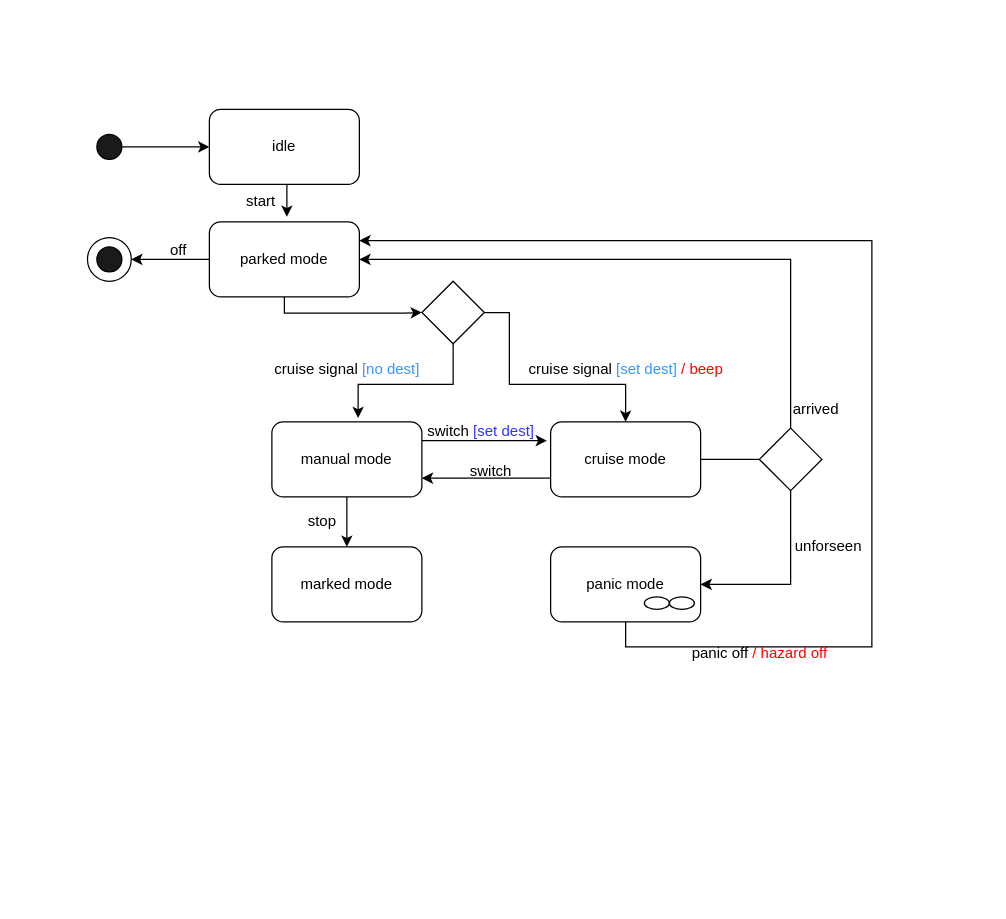
Earlier version of the draw.io diagram A2_SOEN331.drawio (SamanthaGuillemette/SOEN331_A2). Source tidied: cells renumbered, new cells numbered last; positions are measured from the earlier drawing's top-left corner, leaving out a move shared by most shapes. Both pictures are drawn from the tidied source at 125%, with x=0, y=0 at pixel (86, 109).
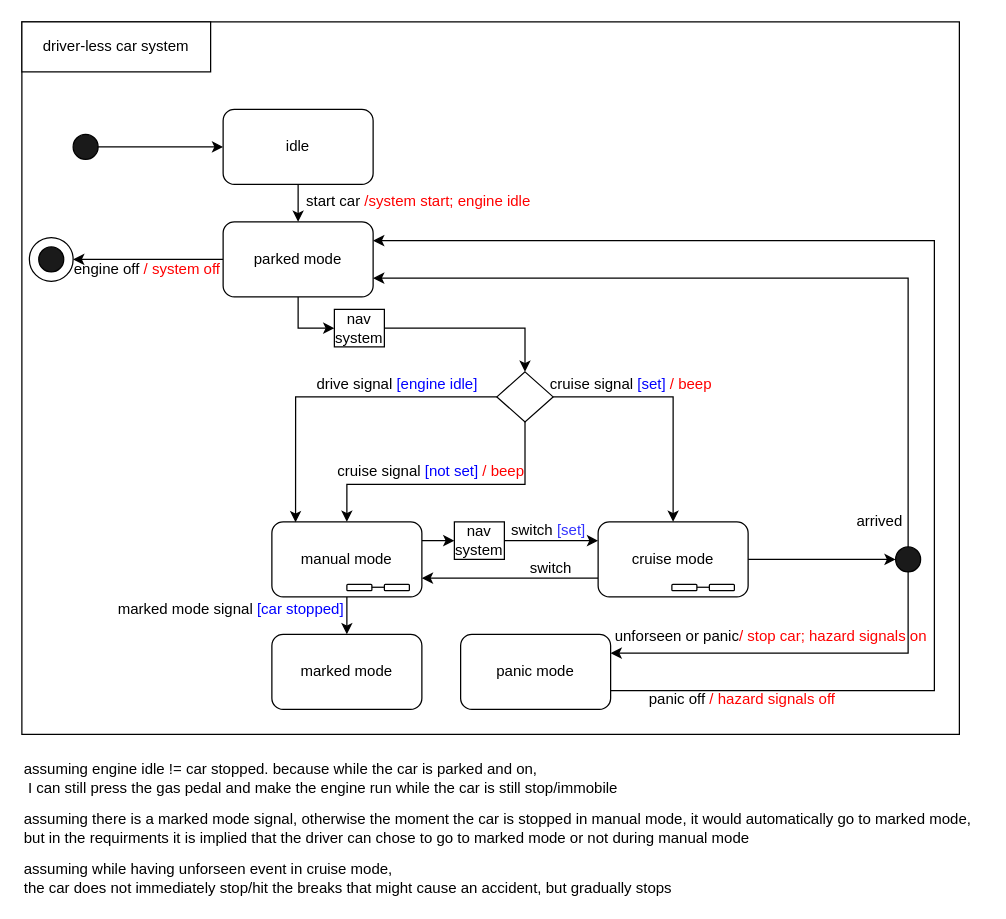
The same diagram, later.

Commit message (it also covers changes not shown here):
4.1-Description-of-the-system: implemented changes to the uml in A2_SOEN331.drawio and A2_SOEN331.tex

Change to the diagram source:
```diff
@@
-    <mxCell id="2" style="edgeStyle=orthogonalEdgeStyle;rounded=0;jettySize=auto;html=1;exitX=1;exitY=0.5;exitDx=0;exitDy=0;entryX=0;entryY=0.5;entryDx=0;entryDy=0;" parent="1" edge="1" source="3" target="5">
-      <mxGeometry relative="1" as="geometry" />
-    </mxCell>
-    <mxCell id="3" style="ellipse;whiteSpace=wrap;html=1;fillColor=#1A1A1A;" parent="1" vertex="1">
-      <mxGeometry x="8" y="20" width="20" height="20" as="geometry" />
-    </mxCell>
-    <mxCell id="4" style="edgeStyle=orthogonalEdgeStyle;rounded=0;jettySize=auto;html=1;exitX=0.5;exitY=1;exitDx=0;exitDy=0;entryX=1.025;entryY=1.1;entryDx=0;entryDy=0;entryPerimeter=0;" parent="1" edge="1" source="5" target="27">
-      <mxGeometry relative="1" as="geometry" />
-    </mxCell>
+    <mxCell id="38" style="rounded=0;whiteSpace=wrap;html=1;" parent="1" vertex="1">
+      <mxGeometry x="-52" y="-70" width="750" height="570" as="geometry" />
+    </mxCell>
+    <mxCell id="39" style="edgeStyle=orthogonalEdgeStyle;rounded=0;jettySize=auto;html=1;exitX=1;exitY=0.5;exitDx=0;exitDy=0;entryX=0;entryY=0.5;entryDx=0;entryDy=0;" parent="1" edge="1" source="40" target="5">
+      <mxGeometry relative="1" as="geometry" />
+    </mxCell>
+    <mxCell id="40" style="ellipse;whiteSpace=wrap;html=1;fillColor=#1A1A1A;" parent="1" vertex="1">
+      <mxGeometry x="-11" y="20" width="20" height="20" as="geometry" />
+    </mxCell>
+    <mxCell id="41" style="edgeStyle=orthogonalEdgeStyle;rounded=0;jettySize=auto;html=1;exitX=0.5;exitY=1;exitDx=0;exitDy=0;endArrow=classic;endFill=1;" parent="1" edge="1" source="5" target="8">
+      <mxGeometry relative="1" as="geometry" />
+    </mxCell>
     <mxCell id="5" value="idle" style="rounded=1;whiteSpace=wrap;html=1;" parent="1" vertex="1">
-      <mxGeometry x="98" width="120" height="60" as="geometry" />
+      <mxGeometry x="109" width="120" height="60" as="geometry" />
     </mxCell>
-    <mxCell id="6" style="edgeStyle=orthogonalEdgeStyle;rounded=0;jettySize=auto;html=1;exitX=0;exitY=0.5;exitDx=0;exitDy=0;" parent="1" edge="1" source="8" target="24">
-      <mxGeometry relative="1" as="geometry" />
-    </mxCell>
-    <mxCell id="7" style="edgeStyle=orthogonalEdgeStyle;rounded=0;jettySize=auto;html=1;exitX=0.5;exitY=1;exitDx=0;exitDy=0;entryX=0;entryY=0.5;entryDx=0;entryDy=0;endArrow=classic;endFill=1;strokeColor=#000000;" parent="1" edge="1" source="8" target="20">
-      <mxGeometry relative="1" as="geometry">
-        <Array as="points">
-          <mxPoint x="158" y="163" />
-          <mxPoint x="253" y="163" />
-        </Array>
-      </mxGeometry>
-    </mxCell>
+    <mxCell id="42" style="edgeStyle=orthogonalEdgeStyle;rounded=0;jettySize=auto;html=1;exitX=0;exitY=0.5;exitDx=0;exitDy=0;" parent="1" edge="1" source="8" target="50">
+      <mxGeometry relative="1" as="geometry" />
+    </mxCell>
+    <mxCell id="43" style="edgeStyle=orthogonalEdgeStyle;rounded=0;jettySize=auto;html=1;exitX=0.5;exitY=1;exitDx=0;exitDy=0;entryX=0;entryY=0.5;entryDx=0;entryDy=0;endArrow=classic;endFill=1;" parent="1" edge="1" source="8" target="63">
+      <mxGeometry relative="1" as="geometry">
+        <Array as="points">
+          <mxPoint x="169" y="175" />
+        </Array>
+      </mxGeometry>
+    </mxCell>
     <mxCell id="8" value="parked mode" style="rounded=1;whiteSpace=wrap;html=1;" parent="1" vertex="1">
-      <mxGeometry x="98" y="90" width="120" height="60" as="geometry" />
+      <mxGeometry x="109" y="90" width="120" height="60" as="geometry" />
     </mxCell>
@@
-    <mxCell id="10" style="edgeStyle=orthogonalEdgeStyle;rounded=0;jettySize=auto;html=1;exitX=1;exitY=0.25;exitDx=0;exitDy=0;" parent="1" edge="1" source="11">
-      <mxGeometry relative="1" as="geometry">
-        <mxPoint x="368" y="265" as="targetPoint" />
-      </mxGeometry>
-    </mxCell>
+    <mxCell id="44" style="edgeStyle=orthogonalEdgeStyle;rounded=0;jettySize=auto;html=1;exitX=1;exitY=0.25;exitDx=0;exitDy=0;endArrow=classic;endFill=1;" parent="1" edge="1" source="11" target="68">
+      <mxGeometry relative="1" as="geometry" />
+    </mxCell>
     <mxCell id="11" value="manual mode" style="rounded=1;whiteSpace=wrap;html=1;" parent="1" vertex="1">
-      <mxGeometry x="148" y="250" width="120" height="60" as="geometry" />
+      <mxGeometry x="148" y="330" width="120" height="60" as="geometry" />
     </mxCell>
     <mxCell id="12" value="marked mode" style="rounded=1;whiteSpace=wrap;html=1;" parent="1" vertex="1">
-      <mxGeometry x="148" y="350" width="120" height="60" as="geometry" />
+      <mxGeometry x="148" y="420" width="120" height="60" as="geometry" />
     </mxCell>
@@
-    <mxCell id="14" style="edgeStyle=orthogonalEdgeStyle;rounded=0;jettySize=auto;html=1;exitX=1;exitY=0.5;exitDx=0;exitDy=0;entryX=0;entryY=0.5;entryDx=0;entryDy=0;strokeColor=#000000;endArrow=none;endFill=0;" parent="1" edge="1" source="15" target="23">
-      <mxGeometry relative="1" as="geometry" />
-    </mxCell>
+    <mxCell id="45" style="edgeStyle=orthogonalEdgeStyle;rounded=0;jettySize=auto;html=1;exitX=1;exitY=0.5;exitDx=0;exitDy=0;entryX=0;entryY=0.5;entryDx=0;entryDy=0;" parent="1" edge="1" source="15" target="61">
+      <mxGeometry relative="1" as="geometry" />
+    </mxCell>
     <mxCell id="15" value="cruise mode" style="rounded=1;whiteSpace=wrap;html=1;" parent="1" vertex="1">
-      <mxGeometry x="371" y="250" width="120" height="60" as="geometry" />
+      <mxGeometry x="409" y="330" width="120" height="60" as="geometry" />
     </mxCell>
-    <mxCell id="16" style="edgeStyle=orthogonalEdgeStyle;rounded=0;jettySize=auto;html=1;exitX=0.5;exitY=1;exitDx=0;exitDy=0;entryX=1;entryY=0.25;entryDx=0;entryDy=0;endArrow=classic;endFill=1;strokeColor=#000000;" parent="1" edge="1" source="17" target="8">
+    <mxCell id="16" style="edgeStyle=orthogonalEdgeStyle;rounded=0;jettySize=auto;html=1;exitX=1;exitY=0.75;exitDx=0;exitDy=0;entryX=1;entryY=0.25;entryDx=0;entryDy=0;endArrow=classic;endFill=1;strokeColor=#000000;" parent="1" edge="1" source="17" target="8">
       <mxGeometry relative="1" as="geometry">
         <Array as="points">
-          <mxPoint x="431" y="430" />
-          <mxPoint x="628" y="430" />
-          <mxPoint x="628" y="105" />
+          <mxPoint x="678" y="465" />
+          <mxPoint x="678" y="105" />
         </Array>
       </mxGeometry>
     </mxCell>
     <mxCell id="17" value="panic mode" style="rounded=1;whiteSpace=wrap;html=1;" parent="1" vertex="1">
-      <mxGeometry x="371" y="350" width="120" height="60" as="geometry" />
+      <mxGeometry x="299" y="420" width="120" height="60" as="geometry" />
     </mxCell>
-    <mxCell id="18" style="edgeStyle=orthogonalEdgeStyle;rounded=0;jettySize=auto;html=1;exitX=0.5;exitY=1;exitDx=0;exitDy=0;entryX=0.575;entryY=-0.05;entryDx=0;entryDy=0;entryPerimeter=0;" parent="1" edge="1" source="20" target="11">
-      <mxGeometry relative="1" as="geometry">
-        <Array as="points">
-          <mxPoint x="293" y="220" />
-          <mxPoint x="217" y="220" />
-        </Array>
-      </mxGeometry>
-    </mxCell>
-    <mxCell id="19" style="edgeStyle=orthogonalEdgeStyle;rounded=0;jettySize=auto;html=1;exitX=1;exitY=0.5;exitDx=0;exitDy=0;entryX=0.5;entryY=0;entryDx=0;entryDy=0;" parent="1" edge="1" source="20" target="15">
-      <mxGeometry relative="1" as="geometry">
-        <Array as="points">
-          <mxPoint x="338" y="163" />
-          <mxPoint x="338" y="220" />
-          <mxPoint x="431" y="220" />
-        </Array>
-      </mxGeometry>
-    </mxCell>
-    <mxCell id="20" style="rhombus;whiteSpace=wrap;html=1;fillColor=#FFFFFF;" parent="1" vertex="1">
-      <mxGeometry x="268" y="137.5" width="50" height="50" as="geometry" />
-    </mxCell>
-    <mxCell id="21" style="edgeStyle=orthogonalEdgeStyle;rounded=0;jettySize=auto;html=1;exitX=0.5;exitY=0;exitDx=0;exitDy=0;entryX=1;entryY=0.5;entryDx=0;entryDy=0;endArrow=classic;endFill=1;strokeColor=#000000;" parent="1" edge="1" source="23" target="8">
-      <mxGeometry relative="1" as="geometry" />
-    </mxCell>
-    <mxCell id="22" style="edgeStyle=orthogonalEdgeStyle;rounded=0;jettySize=auto;html=1;exitX=0.5;exitY=1;exitDx=0;exitDy=0;entryX=1;entryY=0.5;entryDx=0;entryDy=0;endArrow=classic;endFill=1;strokeColor=#000000;" parent="1" edge="1" source="23" target="17">
-      <mxGeometry relative="1" as="geometry" />
-    </mxCell>
-    <mxCell id="23" style="rhombus;whiteSpace=wrap;html=1;fillColor=#FFFFFF;" parent="1" vertex="1">
-      <mxGeometry x="538" y="255" width="50" height="50" as="geometry" />
-    </mxCell>
-    <mxCell id="24" style="ellipse;whiteSpace=wrap;html=1;fillColor=#FFFFFF;" parent="1" vertex="1">
-      <mxGeometry x="0.5" y="102.5" width="35" height="35" as="geometry" />
-    </mxCell>
-    <mxCell id="25" style="ellipse;whiteSpace=wrap;html=1;fillColor=#1A1A1A;" parent="1" vertex="1">
-      <mxGeometry x="8" y="110" width="20" height="20" as="geometry" />
-    </mxCell>
-    <mxCell id="26" value="off" style="text;html=1;align=center;verticalAlign=middle;" parent="1" vertex="1">
-      <mxGeometry x="58" y="102.5" width="30" height="20" as="geometry" />
-    </mxCell>
-    <mxCell id="27" value="start" style="text;html=1;align=center;verticalAlign=middle;points=[];" parent="1" vertex="1">
-      <mxGeometry x="119" y="64" width="40" height="20" as="geometry" />
-    </mxCell>
-    <mxCell id="28" style="ellipse;whiteSpace=wrap;html=1;fillColor=#FFFFFF;" parent="1" vertex="1">
-      <mxGeometry x="446" y="390" width="20" height="10" as="geometry" />
-    </mxCell>
-    <mxCell id="29" style="ellipse;whiteSpace=wrap;html=1;fillColor=#FFFFFF;" parent="1" vertex="1">
-      <mxGeometry x="466" y="390" width="20" height="10" as="geometry" />
-    </mxCell>
-    <mxCell id="30" value="cruise signal &lt;font color=&quot;#3399ff&quot;&gt;[no dest]&lt;/font&gt;" style="text;html=1;align=center;verticalAlign=middle;" parent="1" vertex="1">
-      <mxGeometry x="143" y="198" width="130" height="20" as="geometry" />
-    </mxCell>
-    <mxCell id="31" value="cruise signal &lt;font color=&quot;#3399ff&quot;&gt;[set dest] &lt;/font&gt;&lt;font color=&quot;#ff0000&quot;&gt;/ beep&lt;/font&gt;" style="text;html=1;align=center;verticalAlign=middle;" parent="1" vertex="1">
-      <mxGeometry x="346" y="198" width="170" height="20" as="geometry" />
-    </mxCell>
-    <mxCell id="32" value="stop" style="text;html=1;align=center;verticalAlign=middle;" parent="1" vertex="1">
-      <mxGeometry x="168" y="320" width="40" height="20" as="geometry" />
-    </mxCell>
-    <mxCell id="33" value="switch&lt;font color=&quot;#3333ff&quot;&gt; [set dest]&lt;/font&gt;" style="text;html=1;align=center;verticalAlign=middle;" parent="1" vertex="1">
-      <mxGeometry x="265" y="248" width="100" height="20" as="geometry" />
-    </mxCell>
+    <mxCell id="46" style="edgeStyle=orthogonalEdgeStyle;rounded=0;jettySize=auto;html=1;exitX=0;exitY=0.5;exitDx=0;exitDy=0;entryX=0.158;entryY=0.006;entryDx=0;entryDy=0;entryPerimeter=0;" parent="1" edge="1" source="65" target="11">
+      <mxGeometry relative="1" as="geometry">
+        <Array as="points">
+          <mxPoint x="167" y="230" />
+        </Array>
+      </mxGeometry>
+    </mxCell>
+    <mxCell id="47" style="edgeStyle=orthogonalEdgeStyle;rounded=0;jettySize=auto;html=1;exitX=1;exitY=0.5;exitDx=0;exitDy=0;entryX=0.5;entryY=0;entryDx=0;entryDy=0;" parent="1" edge="1" source="65" target="15">
+      <mxGeometry relative="1" as="geometry">
+        <Array as="points">
+          <mxPoint x="469" y="230" />
+        </Array>
+      </mxGeometry>
+    </mxCell>
+    <mxCell id="48" style="edgeStyle=orthogonalEdgeStyle;rounded=0;jettySize=auto;html=1;exitX=0.5;exitY=0;exitDx=0;exitDy=0;entryX=1;entryY=0.75;entryDx=0;entryDy=0;endArrow=classic;endFill=1;strokeColor=#000000;" parent="1" edge="1" source="61" target="8">
+      <mxGeometry relative="1" as="geometry">
+        <Array as="points">
+          <mxPoint x="657" y="135" />
+        </Array>
+      </mxGeometry>
+    </mxCell>
+    <mxCell id="49" style="edgeStyle=orthogonalEdgeStyle;rounded=0;jettySize=auto;html=1;exitX=0.5;exitY=1;exitDx=0;exitDy=0;entryX=1;entryY=0.25;entryDx=0;entryDy=0;endArrow=classic;endFill=1;strokeColor=#000000;" parent="1" edge="1" source="61" target="17">
+      <mxGeometry relative="1" as="geometry">
+        <Array as="points">
+          <mxPoint x="657" y="435" />
+        </Array>
+      </mxGeometry>
+    </mxCell>
+    <mxCell id="50" style="ellipse;whiteSpace=wrap;html=1;fillColor=#FFFFFF;" parent="1" vertex="1">
+      <mxGeometry x="-46" y="102.5" width="35" height="35" as="geometry" />
+    </mxCell>
+    <mxCell id="51" style="ellipse;whiteSpace=wrap;html=1;fillColor=#1A1A1A;" parent="1" vertex="1">
+      <mxGeometry x="-38.5" y="110" width="20" height="20" as="geometry" />
+    </mxCell>
+    <mxCell id="52" value="engine off &lt;font color=&quot;#ff0000&quot;&gt;/ system off&lt;/font&gt;" style="text;html=1;align=center;verticalAlign=middle;" parent="1" vertex="1">
+      <mxGeometry x="-17.5" y="117.5" width="130" height="20" as="geometry" />
+    </mxCell>
+    <mxCell id="53" value="start car&amp;nbsp;&lt;font color=&quot;#ff0000&quot;&gt;/system start; engine idle&lt;/font&gt;" style="text;html=1;align=center;verticalAlign=middle;" parent="1" vertex="1">
+      <mxGeometry x="170" y="64" width="190" height="20" as="geometry" />
+    </mxCell>
+    <mxCell id="54" value="drive signal &lt;font color=&quot;#0000ff&quot;&gt;[engine idle]&lt;/font&gt;" style="text;html=1;align=center;verticalAlign=middle;" parent="1" vertex="1">
+      <mxGeometry x="178" y="210" width="140" height="20" as="geometry" />
+    </mxCell>
+    <mxCell id="55" value="cruise signal &lt;font color=&quot;#0000ff&quot;&gt;[set]&lt;/font&gt;&lt;font color=&quot;#3399ff&quot;&gt; &lt;/font&gt;&lt;font color=&quot;#ff0000&quot;&gt;/ beep&lt;/font&gt;" style="text;html=1;align=center;verticalAlign=middle;" parent="1" vertex="1">
+      <mxGeometry x="360" y="210" width="150" height="20" as="geometry" />
+    </mxCell>
+    <mxCell id="56" value="marked mode signal&amp;nbsp;&lt;font color=&quot;#0000ff&quot;&gt;[car stopped]&lt;/font&gt;" style="text;html=1;align=center;verticalAlign=middle;" parent="1" vertex="1">
+      <mxGeometry x="15" y="390" width="200" height="20" as="geometry" />
+    </mxCell>
+    <mxCell id="57" value="switch&lt;font color=&quot;#3333ff&quot;&gt; [set]&lt;/font&gt;" style="text;html=1;align=center;verticalAlign=middle;" parent="1" vertex="1">
+      <mxGeometry x="334" y="327" width="70" height="20" as="geometry" />
+    </mxCell>
     <mxCell id="34" value="switch" style="text;html=1;align=center;verticalAlign=middle;" parent="1" vertex="1">
-      <mxGeometry x="298" y="280" width="50" height="20" as="geometry" />
+      <mxGeometry x="346" y="357" width="50" height="20" as="geometry" />
     </mxCell>
     <mxCell id="35" value="arrived" style="text;html=1;align=center;verticalAlign=middle;" parent="1" vertex="1">
-      <mxGeometry x="558" y="230" width="50" height="20" as="geometry" />
+      <mxGeometry x="609" y="320" width="50" height="20" as="geometry" />
     </mxCell>
-    <mxCell id="36" value="unforseen" style="text;html=1;align=center;verticalAlign=middle;" parent="1" vertex="1">
-      <mxGeometry x="558" y="340" width="70" height="20" as="geometry" />
-    </mxCell>
-    <mxCell id="37" value="panic off &lt;font color=&quot;#ff0000&quot;&gt;/ hazard off&lt;/font&gt;" style="text;html=1;align=center;verticalAlign=middle;" parent="1" vertex="1">
-      <mxGeometry x="478" y="425" width="120" height="20" as="geometry" />
-    </mxCell>
+    <mxCell id="58" value="unforseen or panic&lt;font color=&quot;#ff0000&quot;&gt;/ stop car; hazard signals on&lt;/font&gt;" style="text;html=1;align=center;verticalAlign=middle;" parent="1" vertex="1">
+      <mxGeometry x="412" y="412" width="270" height="20" as="geometry" />
+    </mxCell>
+    <mxCell id="59" value="panic off &lt;font color=&quot;#ff0000&quot;&gt;/ hazard signals off&lt;/font&gt;" style="text;html=1;align=center;verticalAlign=middle;" parent="1" vertex="1">
+      <mxGeometry x="444" y="462" width="160" height="20" as="geometry" />
+    </mxCell>
+    <mxCell id="60" value="driver-less car system" style="rounded=0;whiteSpace=wrap;html=1;" parent="1" vertex="1">
+      <mxGeometry x="-52" y="-70" width="151" height="40" as="geometry" />
+    </mxCell>
+    <mxCell id="61" style="ellipse;whiteSpace=wrap;html=1;fillColor=#1A1A1A;" parent="1" vertex="1">
+      <mxGeometry x="647" y="350" width="20" height="20" as="geometry" />
+    </mxCell>
+    <mxCell id="62" style="edgeStyle=orthogonalEdgeStyle;rounded=0;jettySize=auto;html=1;exitX=1;exitY=0.5;exitDx=0;exitDy=0;entryX=0.5;entryY=0;entryDx=0;entryDy=0;endArrow=classic;endFill=1;" parent="1" edge="1" source="63" target="65">
+      <mxGeometry relative="1" as="geometry" />
+    </mxCell>
+    <mxCell id="63" value="nav system" style="rounded=0;whiteSpace=wrap;html=1;" parent="1" vertex="1">
+      <mxGeometry x="198" y="160" width="40" height="30" as="geometry" />
+    </mxCell>
+    <mxCell id="64" style="edgeStyle=orthogonalEdgeStyle;rounded=0;jettySize=auto;html=1;exitX=0.5;exitY=1;exitDx=0;exitDy=0;entryX=0.5;entryY=0;entryDx=0;entryDy=0;" parent="1" edge="1" source="65" target="11">
+      <mxGeometry relative="1" as="geometry">
+        <Array as="points">
+          <mxPoint x="350" y="300" />
+          <mxPoint x="208" y="300" />
+        </Array>
+      </mxGeometry>
+    </mxCell>
+    <mxCell id="65" style="rhombus;whiteSpace=wrap;html=1;" parent="1" vertex="1">
+      <mxGeometry x="328" y="210" width="45" height="40" as="geometry" />
+    </mxCell>
+    <mxCell id="66" value="cruise signal &lt;font color=&quot;#0000ff&quot;&gt;[not set] &lt;/font&gt;&lt;font color=&quot;#ff0000&quot;&gt;/ beep&lt;/font&gt;" style="text;html=1;align=center;verticalAlign=middle;" parent="1" vertex="1">
+      <mxGeometry x="190" y="280" width="170" height="20" as="geometry" />
+    </mxCell>
+    <mxCell id="67" style="edgeStyle=orthogonalEdgeStyle;rounded=0;jettySize=auto;html=1;exitX=1;exitY=0.5;exitDx=0;exitDy=0;entryX=0;entryY=0.25;entryDx=0;entryDy=0;endArrow=classic;endFill=1;" parent="1" edge="1" source="68" target="15">
+      <mxGeometry relative="1" as="geometry" />
+    </mxCell>
+    <mxCell id="68" value="nav system" style="rounded=0;whiteSpace=wrap;html=1;" parent="1" vertex="1">
+      <mxGeometry x="294" y="330" width="40" height="30" as="geometry" />
+    </mxCell>
+    <mxCell id="69" value="assuming engine idle != car stopped. because while the car is parked and on,&lt;br&gt;&amp;nbsp;I can still press the gas pedal and make the engine run while the car is still stop/immobile" style="text;html=1;align=left;verticalAlign=middle;" parent="1" vertex="1">
+      <mxGeometry x="-52" y="520" width="490" height="30" as="geometry" />
+    </mxCell>
+    <mxCell id="70" value="assuming there is a marked mode signal, otherwise the moment the car is stopped in manual mode, it would automatically go to marked mode, &lt;br&gt;but in the requirments it is implied that the driver can chose to go to marked mode or not during manual mode" style="text;html=1;align=left;verticalAlign=middle;" parent="1" vertex="1">
+      <mxGeometry x="-52" y="560" width="770" height="30" as="geometry" />
+    </mxCell>
+    <mxCell id="71" value="assuming while having unforseen event in cruise mode, &lt;br&gt;&lt;div&gt;&lt;span&gt;the car does not immediately stop/hit the breaks that might cause an accident, but gradually stops&lt;/span&gt;&lt;/div&gt;" style="text;html=1;align=left;verticalAlign=middle;" parent="1" vertex="1">
+      <mxGeometry x="-52" y="600" width="530" height="30" as="geometry" />
+    </mxCell>
+    <mxCell id="72" style="edgeStyle=orthogonalEdgeStyle;rounded=0;orthogonalLoop=1;jettySize=auto;html=1;exitX=0;exitY=0.5;exitDx=0;exitDy=0;entryX=1;entryY=0.5;entryDx=0;entryDy=0;endArrow=none;endFill=0;" parent="1" edge="1">
+      <mxGeometry relative="1" as="geometry">
+        <mxPoint x="498" y="382.3" as="sourcePoint" />
+        <mxPoint x="488" y="382.3" as="targetPoint" />
+      </mxGeometry>
+    </mxCell>
+    <mxCell id="73" style="rounded=1;whiteSpace=wrap;html=1;" parent="1" vertex="1">
+      <mxGeometry x="468" y="380" width="20" height="5" as="geometry" />
+    </mxCell>
+    <mxCell id="74" style="rounded=1;whiteSpace=wrap;html=1;" parent="1" vertex="1">
+      <mxGeometry x="498" y="380" width="20" height="5" as="geometry" />
+    </mxCell>
+    <mxCell id="75" style="rounded=1;whiteSpace=wrap;html=1;" parent="1" vertex="1">
+      <mxGeometry x="208" y="380" width="20" height="5" as="geometry" />
+    </mxCell>
+    <mxCell id="76" style="edgeStyle=orthogonalEdgeStyle;rounded=0;orthogonalLoop=1;jettySize=auto;html=1;exitX=0;exitY=0.5;exitDx=0;exitDy=0;entryX=1;entryY=0.5;entryDx=0;entryDy=0;endArrow=none;endFill=0;" parent="1" edge="1">
+      <mxGeometry relative="1" as="geometry">
+        <mxPoint x="238" y="382.3" as="sourcePoint" />
+        <mxPoint x="228" y="382.3" as="targetPoint" />
+      </mxGeometry>
+    </mxCell>
+    <mxCell id="77" style="rounded=1;whiteSpace=wrap;html=1;" parent="1" vertex="1">
+      <mxGeometry x="238" y="380" width="20" height="5" as="geometry" />
+    </mxCell>
```
